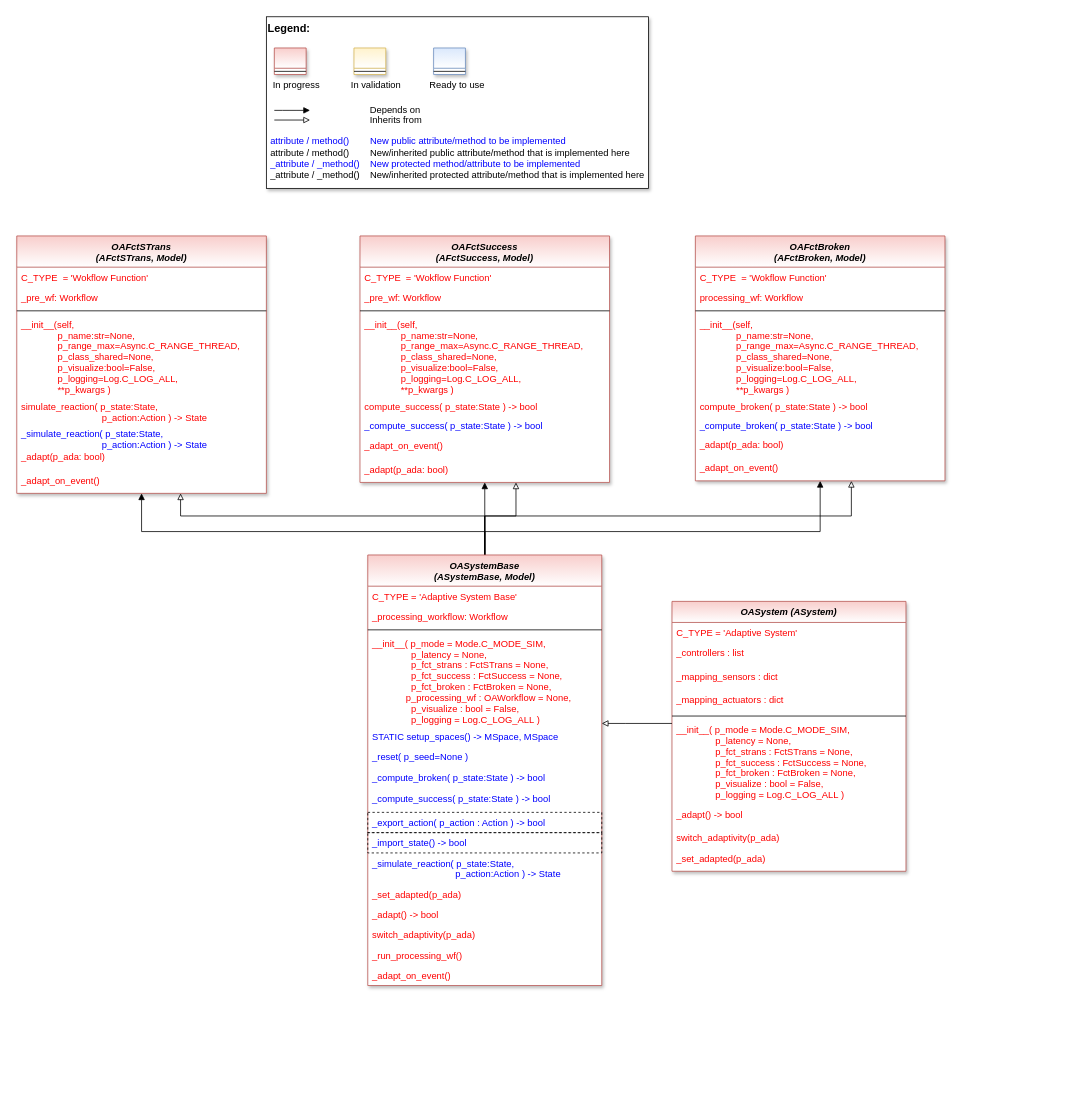
This is doc/rtd/content/04_appendices/appendix2/sub/core/images/oa/MLPro-OA-Systems_OASystems.drawio from fhswf/MLPro, a draw.io file, before an edit. Source tidied: cells renumbered, new cells numbered last; positions are measured from the earlier drawing's top-left corner, leaving out a move shared by most shapes. Both pictures are drawn from the tidied source at 78%, with x=0, y=0 at pixel (16, 16).
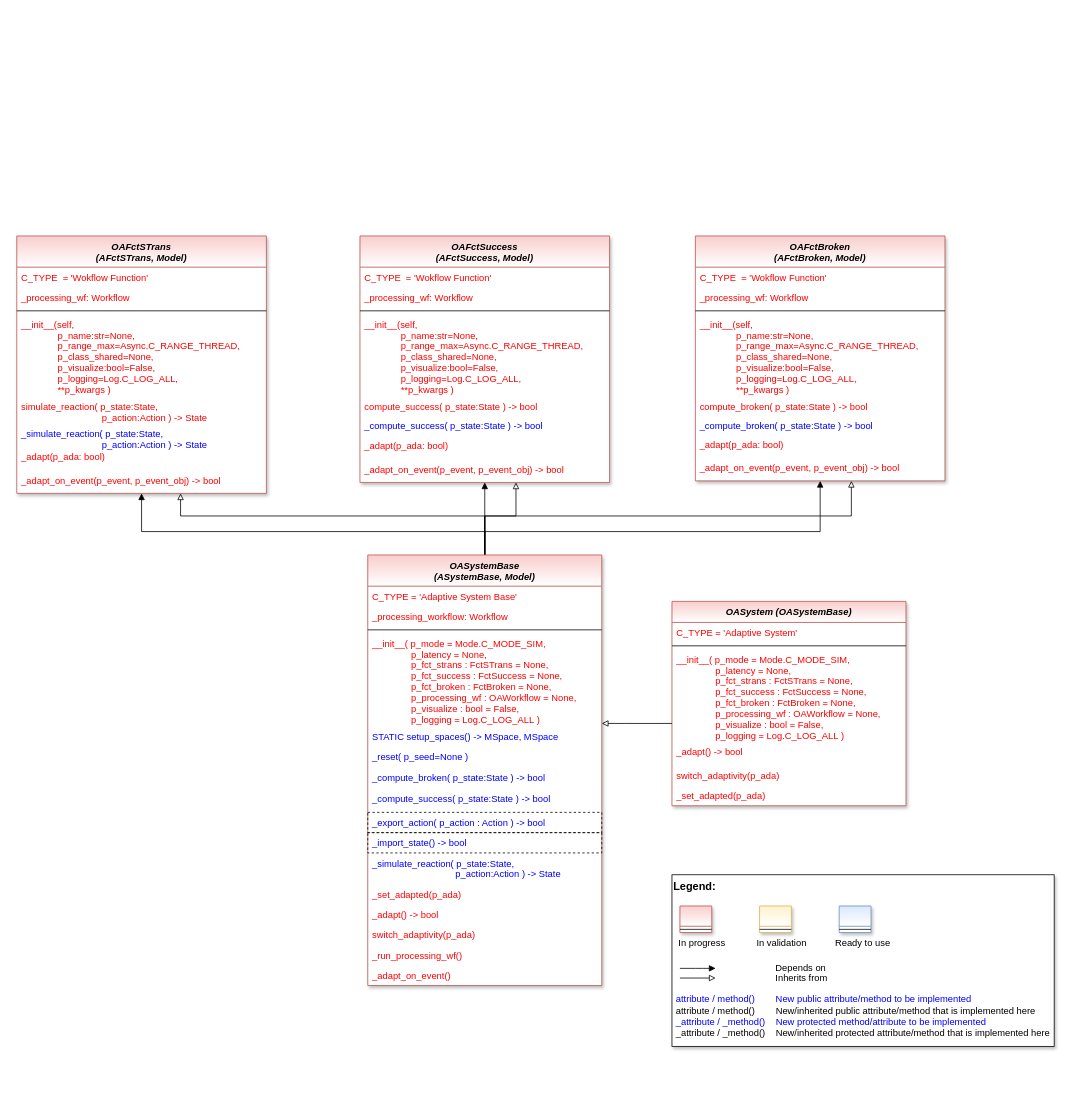
The same diagram, later.

Commit message (it also covers changes not shown here):
adaptive systems, oa systems

Unchanged cells that the change refers to:
```xml
<mxCell id="8" value="OASystemBase&#10;(ASystemBase, Model)" style="swimlane;fontStyle=3;align=center;verticalAlign=top;horizontal=1;startSize=40;rounded=0;shadow=1;strokeWidth=1;fillColor=#f8cecc;strokeColor=#b85450;swimlaneFillColor=#ffffff;gradientColor=#FFFFFF;" parent="1" vertex="1">
  <mxGeometry x="450" y="690" width="300" height="552" as="geometry" />
</mxCell>
<mxCell id="36" value="OAFctSTrans&#10;(AFctSTrans, Model)" style="swimlane;fontStyle=3;align=center;verticalAlign=top;horizontal=1;startSize=40;rounded=0;shadow=1;strokeWidth=1;fillColor=#f8cecc;strokeColor=#b85450;swimlaneFillColor=#ffffff;gradientColor=#FFFFFF;" parent="1" vertex="1">
  <mxGeometry y="281" width="320" height="330" as="geometry" />
</mxCell>
<mxCell id="45" value="OAFctSuccess&#10;(AFctSuccess, Model)" style="swimlane;fontStyle=3;align=center;verticalAlign=top;horizontal=1;startSize=40;rounded=0;shadow=1;strokeWidth=1;fillColor=#f8cecc;strokeColor=#b85450;swimlaneFillColor=#ffffff;gradientColor=#FFFFFF;" parent="1" vertex="1">
  <mxGeometry x="440" y="281" width="320" height="316" as="geometry" />
</mxCell>
<mxCell id="54" value="OAFctBroken&#10;(AFctBroken, Model)" style="swimlane;fontStyle=3;align=center;verticalAlign=top;horizontal=1;startSize=40;rounded=0;shadow=1;strokeWidth=1;fillColor=#f8cecc;strokeColor=#b85450;swimlaneFillColor=#ffffff;gradientColor=#FFFFFF;" parent="1" vertex="1">
  <mxGeometry x="870" y="281" width="320" height="314" as="geometry" />
</mxCell>
```

Change to the diagram source:
```diff
@@
-    <mxCell id="12" value="__init__( p_mode = Mode.C_MODE_SIM,&#10;               p_latency = None, &#10;               p_fct_strans : FctSTrans = None,&#10;               p_fct_success : FctSuccess = None,&#10;               p_fct_broken : FctBroken = None,&#10;               p_processing_wf : OAWorkflow = None,&#10;               p_visualize : bool = False,&#10;               p_logging = Log.C_LOG_ALL )" style="text;align=left;verticalAlign=top;spacingLeft=4;spacingRight=4;overflow=hidden;fontColor=#FF0000;" parent="8" vertex="1">
+    <mxCell id="12" value="__init__( p_mode = Mode.C_MODE_SIM,&#10;               p_latency = None, &#10;               p_fct_strans : FctSTrans = None,&#10;               p_fct_success : FctSuccess = None,&#10;               p_fct_broken : FctBroken = None,&#10;               p_processing_wf : OAWorkflow = None,&#10;               p_visualize : bool = False,&#10;               p_logging = Log.C_LOG_ALL )" style="text;align=left;verticalAlign=top;spacingLeft=4;spacingRight=4;overflow=hidden;fontColor=#FF0000;" parent="8" vertex="1">
       <mxGeometry y="100" width="300" height="120" as="geometry" />
     </mxCell>
@@
-    <mxCell id="25" value="OASystem (ASystem)" style="swimlane;fontStyle=3;align=center;verticalAlign=top;horizontal=1;startSize=27;rounded=0;shadow=1;strokeWidth=1;fillColor=#f8cecc;strokeColor=#b85450;swimlaneFillColor=#ffffff;gradientColor=#FFFFFF;" parent="1" vertex="1">
-      <mxGeometry x="840" y="749.5" width="300" height="346" as="geometry" />
+    <mxCell id="25" value="OASystem (OASystemBase)" style="swimlane;fontStyle=3;align=center;verticalAlign=top;horizontal=1;startSize=27;rounded=0;shadow=1;strokeWidth=1;fillColor=#f8cecc;strokeColor=#b85450;swimlaneFillColor=#ffffff;gradientColor=#FFFFFF;" parent="1" vertex="1">
+      <mxGeometry x="840" y="749.5" width="300" height="262" as="geometry" />
     </mxCell>
@@
-    <mxCell id="27" value="_controllers : list" style="text;align=left;verticalAlign=top;spacingLeft=4;spacingRight=4;overflow=hidden;fontColor=#FF0000;" parent="25" vertex="1">
-      <mxGeometry y="53" width="300" height="30" as="geometry" />
-    </mxCell>
-    <mxCell id="28" value="_mapping_sensors : dict" style="text;align=left;verticalAlign=top;spacingLeft=4;spacingRight=4;overflow=hidden;fontColor=#FF0000;" parent="25" vertex="1">
-      <mxGeometry y="83" width="300" height="30" as="geometry" />
-    </mxCell>
-    <mxCell id="29" value="_mapping_actuators : dict" style="text;align=left;verticalAlign=top;spacingLeft=4;spacingRight=4;overflow=hidden;fontColor=#FF0000;" parent="25" vertex="1">
-      <mxGeometry y="113" width="300" height="30" as="geometry" />
-    </mxCell>
     <mxCell id="30" style="line;html=1;strokeWidth=1;align=left;verticalAlign=middle;spacingTop=-1;spacingLeft=3;spacingRight=3;labelPosition=right;" parent="25" vertex="1">
-      <mxGeometry y="143" width="300" height="8" as="geometry" />
+      <mxGeometry y="53" width="300" height="8" as="geometry" />
     </mxCell>
-    <mxCell id="31" value="__init__( p_mode = Mode.C_MODE_SIM,&#10;               p_latency = None, &#10;               p_fct_strans : FctSTrans = None,&#10;               p_fct_success : FctSuccess = None,&#10;               p_fct_broken : FctBroken = None,&#10;               p_visualize : bool = False,&#10;               p_logging = Log.C_LOG_ALL )" style="text;align=left;verticalAlign=top;spacingLeft=4;spacingRight=4;overflow=hidden;points=[[0,0.5],[1,0.5]];portConstraint=eastwest;fontColor=#FF0000;" parent="25" vertex="1">
-      <mxGeometry y="151" width="300" height="109" as="geometry" />
+    <mxCell id="31" value="__init__( p_mode = Mode.C_MODE_SIM,&#10;               p_latency = None, &#10;               p_fct_strans : FctSTrans = None,&#10;               p_fct_success : FctSuccess = None,&#10;               p_fct_broken : FctBroken = None,&#10;               p_processing_wf : OAWorkflow = None,&#10;               p_visualize : bool = False,&#10;               p_logging = Log.C_LOG_ALL )" style="text;align=left;verticalAlign=top;spacingLeft=4;spacingRight=4;overflow=hidden;points=[[0,0.5],[1,0.5]];portConstraint=eastwest;fontColor=#FF0000;" parent="25" vertex="1">
+      <mxGeometry y="61" width="300" height="119" as="geometry" />
     </mxCell>
     <mxCell id="32" value="_adapt() -&gt; bool" style="text;align=left;verticalAlign=top;spacingLeft=4;spacingRight=4;overflow=hidden;fontColor=#FF0000;" parent="25" vertex="1">
-      <mxGeometry y="260" width="300" height="30" as="geometry" />
+      <mxGeometry y="180" width="300" height="30" as="geometry" />
     </mxCell>
     <mxCell id="33" value="switch_adaptivity(p_ada)" style="text;align=left;verticalAlign=top;spacingLeft=4;spacingRight=4;overflow=hidden;fontColor=#FF0000;" parent="25" vertex="1">
-      <mxGeometry y="290" width="300" height="26" as="geometry" />
+      <mxGeometry y="210" width="300" height="26" as="geometry" />
     </mxCell>
     <mxCell id="34" value="_set_adapted(p_ada)" style="text;align=left;verticalAlign=top;spacingLeft=4;spacingRight=4;overflow=hidden;fontColor=#FF0000;" parent="25" vertex="1">
-      <mxGeometry y="316" width="300" height="26" as="geometry" />
+      <mxGeometry y="236" width="300" height="26" as="geometry" />
     </mxCell>
@@
-    <mxCell id="38" value="_pre_wf: Workflow" style="text;align=left;verticalAlign=top;spacingLeft=4;spacingRight=4;overflow=hidden;fontColor=#FF0000;" parent="36" vertex="1">
+    <mxCell id="38" value="_processing_wf: Workflow" style="text;align=left;verticalAlign=top;spacingLeft=4;spacingRight=4;overflow=hidden;fontColor=#FF0000;" parent="36" vertex="1">
       <mxGeometry y="66" width="320" height="26" as="geometry" />
     </mxCell>
@@
-    <mxCell id="44" value="_adapt_on_event()" style="text;align=left;verticalAlign=top;spacingLeft=4;spacingRight=4;overflow=hidden;fontColor=#FF0000;" parent="36" vertex="1">
+    <mxCell id="44" value="_adapt_on_event(p_event, p_event_obj) -&gt; bool" style="text;align=left;verticalAlign=top;spacingLeft=4;spacingRight=4;overflow=hidden;fontColor=#FF0000;" parent="36" vertex="1">
       <mxGeometry y="300" width="320" height="30" as="geometry" />
     </mxCell>
@@
-    <mxCell id="47" value="_pre_wf: Workflow" style="text;align=left;verticalAlign=top;spacingLeft=4;spacingRight=4;overflow=hidden;fontColor=#FF0000;" parent="45" vertex="1">
+    <mxCell id="47" value="_processing_wf: Workflow" style="text;align=left;verticalAlign=top;spacingLeft=4;spacingRight=4;overflow=hidden;fontColor=#FF0000;" parent="45" vertex="1">
       <mxGeometry y="66" width="320" height="26" as="geometry" />
     </mxCell>
@@
+    <mxCell id="53" value="_adapt(p_ada: bool)" style="text;align=left;verticalAlign=top;spacingLeft=4;spacingRight=4;overflow=hidden;fontColor=#FF0000;" parent="45" vertex="1">
+      <mxGeometry y="256" width="320" height="30" as="geometry" />
+    </mxCell>
-    <mxCell id="52" value="_adapt_on_event()" style="text;align=left;verticalAlign=top;spacingLeft=4;spacingRight=4;overflow=hidden;fontColor=#FF0000;" parent="45" vertex="1">
-      <mxGeometry y="256" width="320" height="30" as="geometry" />
+    <mxCell id="52" value="_adapt_on_event(p_event, p_event_obj) -&gt; bool" style="text;align=left;verticalAlign=top;spacingLeft=4;spacingRight=4;overflow=hidden;fontColor=#FF0000;" parent="45" vertex="1">
+      <mxGeometry y="286" width="320" height="30" as="geometry" />
     </mxCell>
-    <mxCell id="53" value="_adapt(p_ada: bool)" style="text;align=left;verticalAlign=top;spacingLeft=4;spacingRight=4;overflow=hidden;fontColor=#FF0000;" parent="45" vertex="1">
-      <mxGeometry y="286" width="320" height="30" as="geometry" />
-    </mxCell>
@@
-    <mxCell id="56" value="processing_wf: Workflow" style="text;align=left;verticalAlign=top;spacingLeft=4;spacingRight=4;overflow=hidden;fontColor=#FF0000;" parent="54" vertex="1">
+    <mxCell id="56" value="_processing_wf: Workflow" style="text;align=left;verticalAlign=top;spacingLeft=4;spacingRight=4;overflow=hidden;fontColor=#FF0000;" parent="54" vertex="1">
       <mxGeometry y="66" width="320" height="26" as="geometry" />
     </mxCell>
@@
-    <mxCell id="62" value="_adapt_on_event()" style="text;align=left;verticalAlign=top;spacingLeft=4;spacingRight=4;overflow=hidden;fontColor=#FF0000;" parent="54" vertex="1">
-      <mxGeometry y="284" width="320" height="30" as="geometry" />
-    </mxCell>
+    <mxCell id="73" value="_adapt_on_event(p_event, p_event_obj) -&gt; bool" style="text;align=left;verticalAlign=top;spacingLeft=4;spacingRight=4;overflow=hidden;fontColor=#FF0000;" parent="54" vertex="1">
+      <mxGeometry y="284" width="320" height="30" as="geometry" />
+    </mxCell>
     <mxCell id="63" style="group;" parent="1" vertex="1">
-      <mxGeometry x="320" width="490" height="220" as="geometry" />
+      <mxGeometry x="840" y="1100" width="490" height="220" as="geometry" />
     </mxCell>
```
